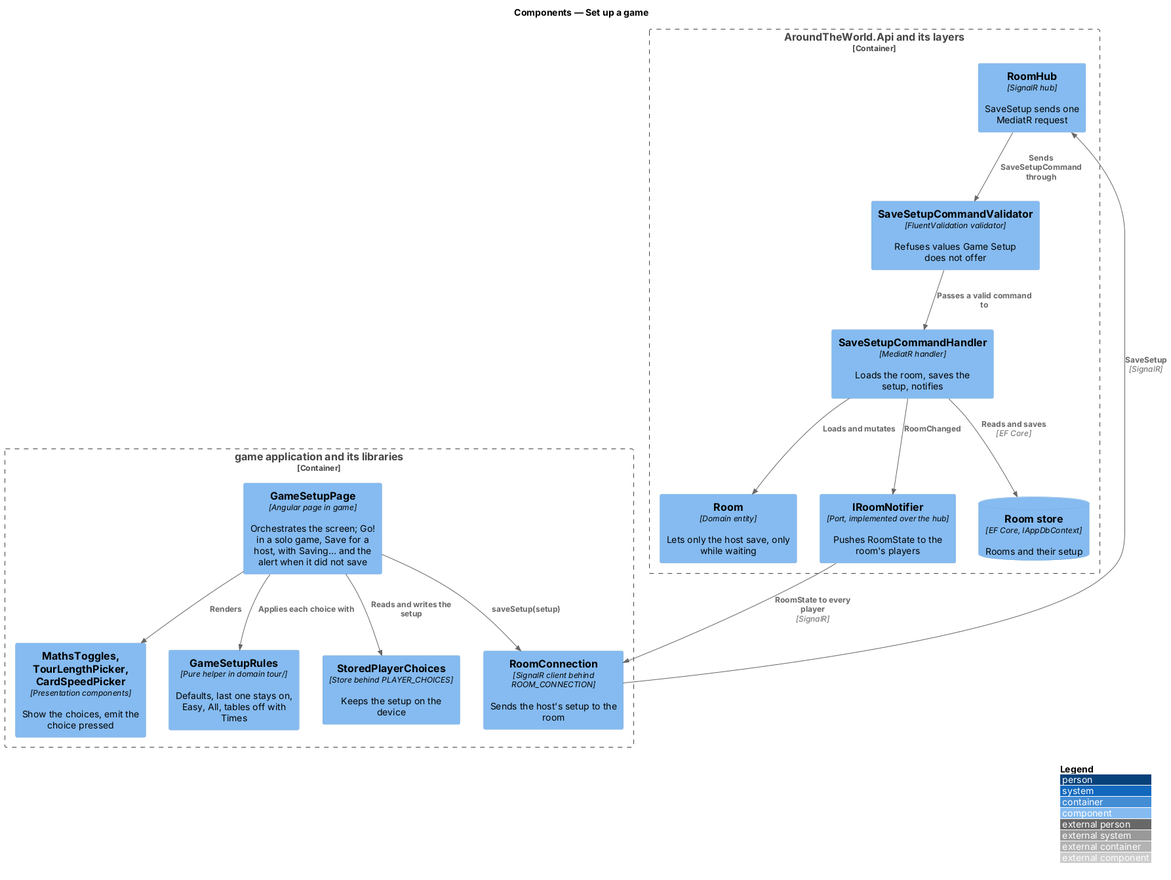
The PlantUML diagram docs/detailed-designs/player/set-up-game/diagrams/c4-component.png in QuinntyneBrown/around-the-world, before a commit. Its source is kept beside it as docs/detailed-designs/player/set-up-game/diagrams/c4-component.puml.
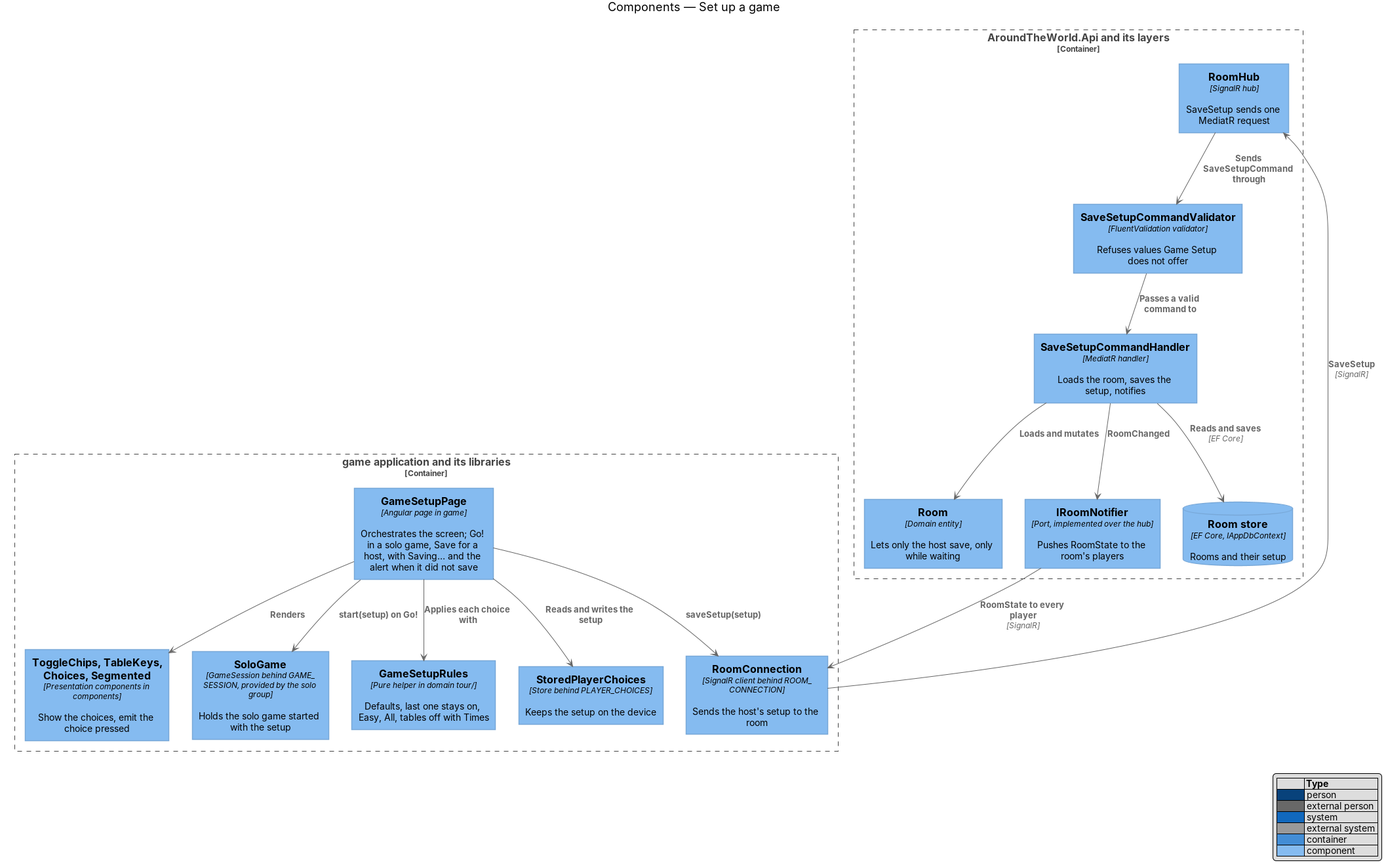
Later version of the same file.

Change to the diagram source:
```diff
@@ -5,7 +5,8 @@
 
 Container_Boundary(game, "game application and its libraries") {
   Component(page, "GameSetupPage", "Angular page in game", "Orchestrates the screen; Go! in a solo game, Save for a host, with Saving… and the alert when it did not save")
-  Component(toggles, "MathsToggles, TourLengthPicker, CardSpeedPicker", "Presentation components", "Show the choices, emit the choice pressed")
+  Component(toggles, "ToggleChips, TableKeys, Choices, Segmented", "Presentation components in components", "Show the choices, emit the choice pressed")
+  Component(session, "SoloGame", "GameSession behind GAME_SESSION, provided by the solo group", "Holds the solo game started with the setup")
   Component(rules, "GameSetupRules", "Pure helper in domain tour/", "Defaults, last one stays on, Easy, All, tables off with Times")
   Component(choices, "StoredPlayerChoices", "Store behind PLAYER_CHOICES", "Keeps the setup on the device")
   Component(conn, "RoomConnection", "SignalR client behind ROOM_CONNECTION", "Sends the host's setup to the room")
@@ -22,6 +23,7 @@
 Rel(page, rules, "Applies each choice with")
 Rel(page, choices, "Reads and writes the setup")
 Rel(page, conn, "saveSetup(setup)")
+Rel(page, session, "start(setup) on Go!")
 Rel(conn, hub, "SaveSetup", "SignalR")
 Rel(hub, validator, "Sends SaveSetupCommand through")
 Rel(validator, handler, "Passes a valid command to")
```
